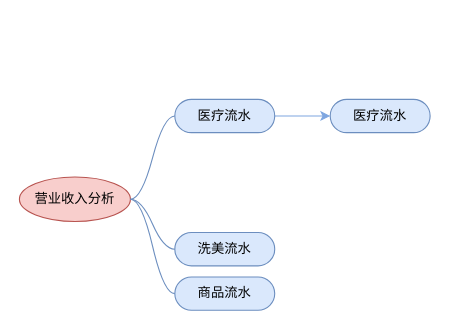
The draw.io diagram pet_data_warehouse/经营参谋.drawio in fangzheng0518/draw, before the edit. Source tidied: cells renumbered, new cells numbered last; positions are measured from the earlier drawing's top-left corner, leaving out a move shared by most shapes. Both pictures are drawn from the tidied source at 111%, with x=0, y=0 at pixel (19, 99).
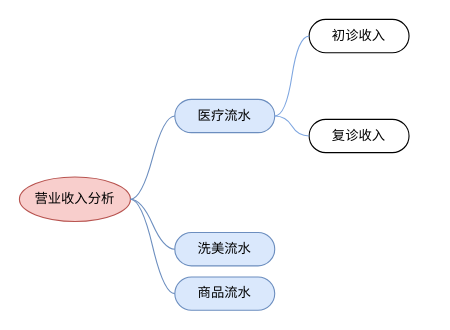
After the change.

Commit message (it also covers changes not shown here):
更新经营参谋.drawio

The edit, as a diff of the source:
```diff
@@
 <mxGraphModel>
   <root>
     <mxCell id="0" />
     <mxCell id="1" parent="0" />
     <mxCell id="2" value="营业收入分析" style="ellipse;whiteSpace=wrap;html=1;align=center;newEdgeStyle={&quot;edgeStyle&quot;:&quot;entityRelationEdgeStyle&quot;,&quot;startArrow&quot;:&quot;none&quot;,&quot;endArrow&quot;:&quot;none&quot;,&quot;segment&quot;:10,&quot;curved&quot;:1};strokeColor=#b85450;fillColor=#f8cecc;" parent="1" vertex="1">
       <mxGeometry y="70" width="100" height="40" as="geometry" />
     </mxCell>
-    <mxCell id="3" style="edgeStyle=orthogonalEdgeStyle;rounded=0;jettySize=auto;html=1;strokeColor=#7EA6E0;" parent="1" edge="1" source="4" target="10">
-      <mxGeometry relative="1" as="geometry" />
-    </mxCell>
     <mxCell id="4" value="医疗流水" style="whiteSpace=wrap;html=1;rounded=1;arcSize=50;align=center;verticalAlign=middle;strokeWidth=1;spacing=4;newEdgeStyle={&quot;edgeStyle&quot;:&quot;entityRelationEdgeStyle&quot;,&quot;startArrow&quot;:&quot;none&quot;,&quot;endArrow&quot;:&quot;none&quot;,&quot;segment&quot;:10,&quot;curved&quot;:1};fillColor=#dae8fc;strokeColor=#6c8ebf;" parent="1" vertex="1">
       <mxGeometry x="140" width="90" height="30" as="geometry" />
     </mxCell>
     <mxCell id="5" style="edgeStyle=entityRelationEdgeStyle;startArrow=none;endArrow=none;segment=10;curved=1;strokeColor=#6c8ebf;exitX=1;exitY=0.5;exitDx=0;exitDy=0;fillColor=#dae8fc;" parent="1" edge="1" source="2" target="4">
       <mxGeometry relative="1" as="geometry" />
     </mxCell>
     <mxCell id="6" value="洗美流水" style="whiteSpace=wrap;html=1;rounded=1;arcSize=50;align=center;verticalAlign=middle;strokeWidth=1;spacing=4;newEdgeStyle={&quot;edgeStyle&quot;:&quot;entityRelationEdgeStyle&quot;,&quot;startArrow&quot;:&quot;none&quot;,&quot;endArrow&quot;:&quot;none&quot;,&quot;segment&quot;:10,&quot;curved&quot;:1};fillColor=#dae8fc;strokeColor=#6c8ebf;" parent="1" vertex="1">
       <mxGeometry x="140" y="120" width="90" height="30" as="geometry" />
     </mxCell>
     <mxCell id="7" style="edgeStyle=entityRelationEdgeStyle;startArrow=none;endArrow=none;segment=10;curved=1;strokeColor=#6c8ebf;exitX=1;exitY=0.5;exitDx=0;exitDy=0;fillColor=#dae8fc;" parent="1" edge="1" source="2" target="6">
       <mxGeometry relative="1" as="geometry" />
     </mxCell>
     <mxCell id="8" value="商品流水" style="whiteSpace=wrap;html=1;rounded=1;arcSize=50;align=center;verticalAlign=middle;strokeWidth=1;spacing=4;newEdgeStyle={&quot;edgeStyle&quot;:&quot;entityRelationEdgeStyle&quot;,&quot;startArrow&quot;:&quot;none&quot;,&quot;endArrow&quot;:&quot;none&quot;,&quot;segment&quot;:10,&quot;curved&quot;:1};fillColor=#dae8fc;strokeColor=#6c8ebf;" parent="1" vertex="1">
       <mxGeometry x="140" y="160" width="90" height="30" as="geometry" />
     </mxCell>
     <mxCell id="9" style="edgeStyle=entityRelationEdgeStyle;startArrow=none;endArrow=none;segment=10;curved=1;strokeColor=#6c8ebf;exitX=1;exitY=0.5;exitDx=0;exitDy=0;fillColor=#dae8fc;" parent="1" edge="1" source="2" target="8">
       <mxGeometry relative="1" as="geometry" />
     </mxCell>
-    <mxCell id="10" value="医疗流水" style="whiteSpace=wrap;html=1;rounded=1;arcSize=50;align=center;verticalAlign=middle;strokeWidth=1;spacing=4;newEdgeStyle={&quot;edgeStyle&quot;:&quot;entityRelationEdgeStyle&quot;,&quot;startArrow&quot;:&quot;none&quot;,&quot;endArrow&quot;:&quot;none&quot;,&quot;segment&quot;:10,&quot;curved&quot;:1};fillColor=#dae8fc;strokeColor=#6c8ebf;" parent="1" vertex="1">
-      <mxGeometry x="280" width="90" height="30" as="geometry" />
-    </mxCell>
+    <mxCell id="11" value="初诊收入" style="whiteSpace=wrap;html=1;rounded=1;arcSize=50;align=center;verticalAlign=middle;strokeWidth=1;spacing=4;newEdgeStyle={&quot;edgeStyle&quot;:&quot;entityRelationEdgeStyle&quot;,&quot;startArrow&quot;:&quot;none&quot;,&quot;endArrow&quot;:&quot;none&quot;,&quot;segment&quot;:10,&quot;curved&quot;:1};" parent="1" vertex="1">
+      <mxGeometry x="261" y="-72" width="90" height="30" as="geometry" />
+    </mxCell>
+    <mxCell id="12" style="edgeStyle=entityRelationEdgeStyle;startArrow=none;endArrow=none;segment=10;curved=1;strokeColor=#7EA6E0;" parent="1" edge="1" source="4" target="11">
+      <mxGeometry relative="1" as="geometry" />
+    </mxCell>
+    <mxCell id="13" value="复诊收入" style="whiteSpace=wrap;html=1;rounded=1;arcSize=50;align=center;verticalAlign=middle;strokeWidth=1;spacing=4;newEdgeStyle={&quot;edgeStyle&quot;:&quot;entityRelationEdgeStyle&quot;,&quot;startArrow&quot;:&quot;none&quot;,&quot;endArrow&quot;:&quot;none&quot;,&quot;segment&quot;:10,&quot;curved&quot;:1};" parent="1" vertex="1">
+      <mxGeometry x="261" y="18" width="90" height="30" as="geometry" />
+    </mxCell>
+    <mxCell id="14" style="edgeStyle=entityRelationEdgeStyle;startArrow=none;endArrow=none;segment=10;curved=1;strokeColor=#7EA6E0;exitX=1;exitY=0.5;exitDx=0;exitDy=0;" parent="1" edge="1" source="4" target="13">
+      <mxGeometry relative="1" as="geometry" />
+    </mxCell>
   </root>
 </mxGraphModel>
```
